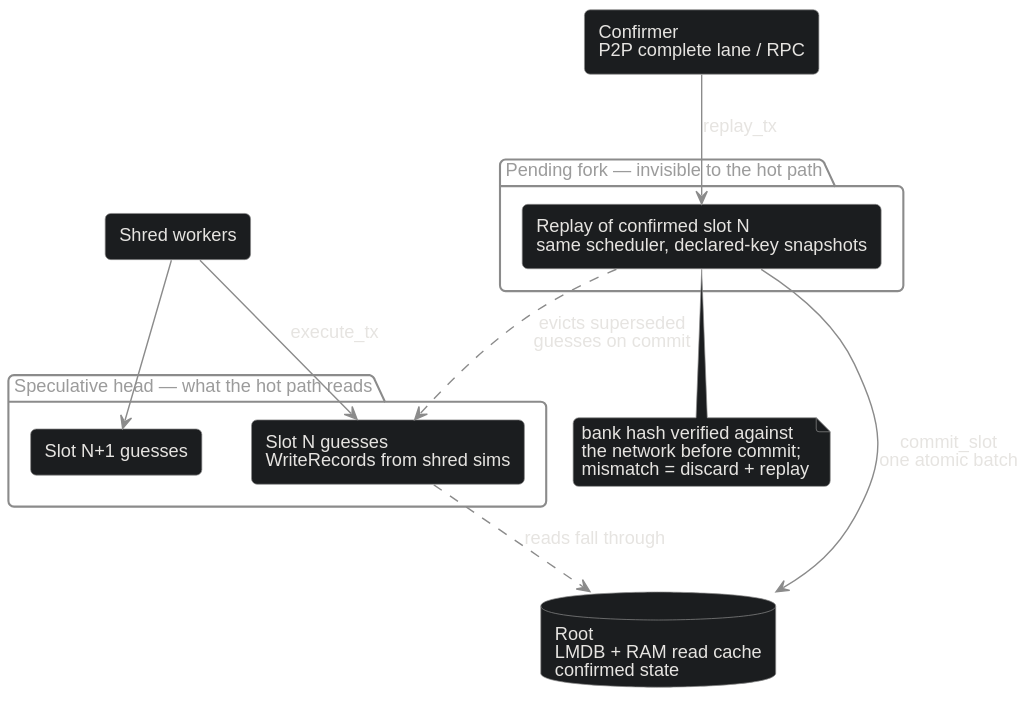
Before: img/projects/Lumen/diagrams/state-dark.svg, a diagram exported from PlantUML (VladyslavHontar/portfolio). Its diagram source:
```plantuml
@startuml
skinparam backgroundColor transparent
skinparam shadowing false
skinparam note {
  BackgroundColor #1b1d1f
  BorderColor #8b8b8b
  FontColor #e6e4e1
}
skinparam defaultFontName Helvetica
skinparam defaultFontSize 13
skinparam roundCorner 8
skinparam ArrowColor #8b8b8b
skinparam ArrowFontColor #e6e4e1
skinparam rectangle {
  BackgroundColor #1b1d1f
  BorderColor #8b8b8b
  FontColor #e6e4e1
}
skinparam database {
  BackgroundColor #1b1d1f
  BorderColor #8b8b8b
  FontColor #e6e4e1
}
skinparam package {
  BackgroundColor TRANSPARENT
  BorderColor #8b8b8b
  FontColor #9b9b9b
  FontStyle plain
}

database "Root\nLMDB + RAM read cache\nconfirmed state" as root

package "Speculative head — what the hot path reads" {
  rectangle "Slot N guesses\nWriteRecords from shred sims" as specN
  rectangle "Slot N+1 guesses" as specN1
}

package "Pending fork — invisible to the hot path" {
  rectangle "Replay of confirmed slot N\nsame scheduler, declared-key snapshots" as pending
}

rectangle "Shred workers" as workers
rectangle "Confirmer\nP2P complete lane / RPC" as confirmer

workers --> specN : execute_tx
workers --> specN1
specN -[#8b8b8b,dashed]-> root : reads fall through
confirmer --> pending : replay_tx
pending --> root : commit_slot\none atomic batch
pending -[#8b8b8b,dashed]-> specN : evicts superseded\nguesses on commit
note bottom of pending
  bank hash verified against
  the network before commit;
  mismatch = discard + replay
end note
@enduml
```
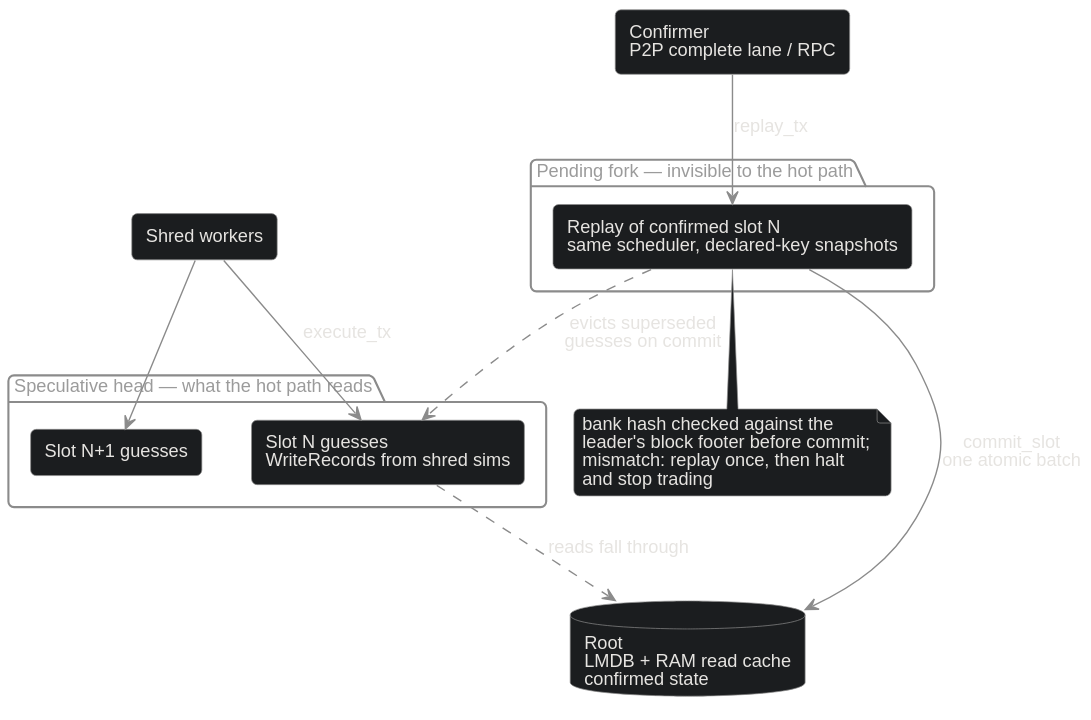
The same file after the commit.

What changed in the source:
```diff
@@ -49,8 +49,9 @@
 pending --> root : commit_slot\none atomic batch
 pending -[#8b8b8b,dashed]-> specN : evicts superseded\nguesses on commit
 note bottom of pending
-  bank hash verified against
-  the network before commit;
-  mismatch = discard + replay
+  bank hash checked against the
+  leader's block footer before commit;
+  mismatch: replay once, then halt
+  and stop trading
 end note
 @enduml
```
